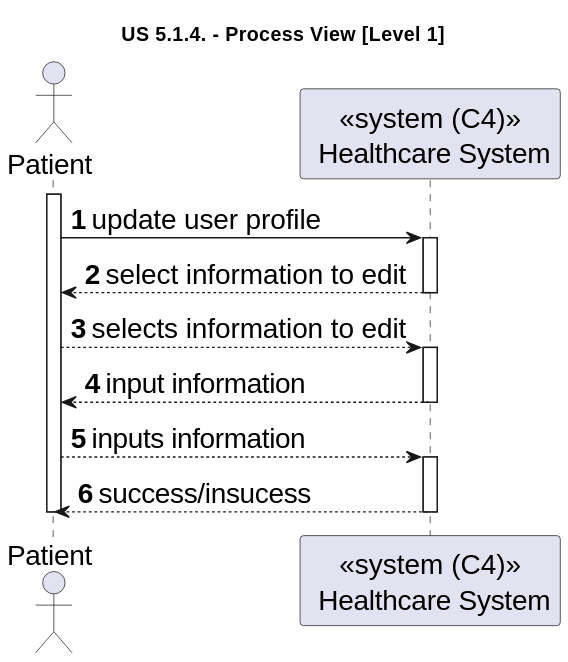
Earlier version of the PlantUML export docs/sprint-2/1220841/us-6.2.2/diagrams/level-1-process-view.svg (rita-barbosa/LAPR5-2425).
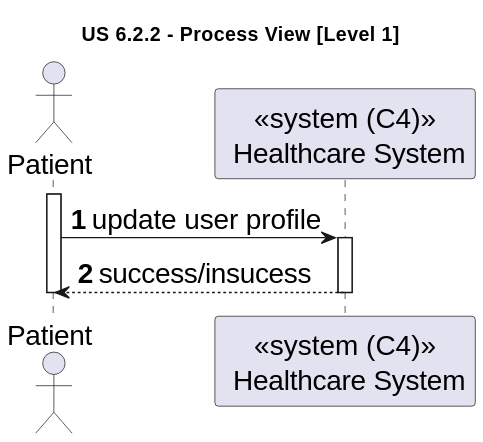
Above is the later version.

Commit message:
DG38-394 | docs: updates process view diagrams.

Diff of the diagram source:
```diff
@@ -1,7 +1,7 @@
 @startuml
 skinparamlocked defaultFontSize 20
 
-title "US 5.1.4. - Process View [Level 1]"
+title "US 6.2.2 - Process View [Level 1]"
 
 autonumber
 
@@ -12,18 +12,6 @@
 ADM -> SYS : update user profile
 activate SYS
 
-SYS --> ADM : select information to edit
-deactivate SYS
-
-ADM --> SYS : selects information to edit
-activate SYS
-
-SYS --> ADM : input information
-deactivate SYS
-
-ADM --> SYS : inputs information
-activate SYS
-
 SYS --> ADM : success/insucess
 deactivate SYS
 deactivate ADM
```
